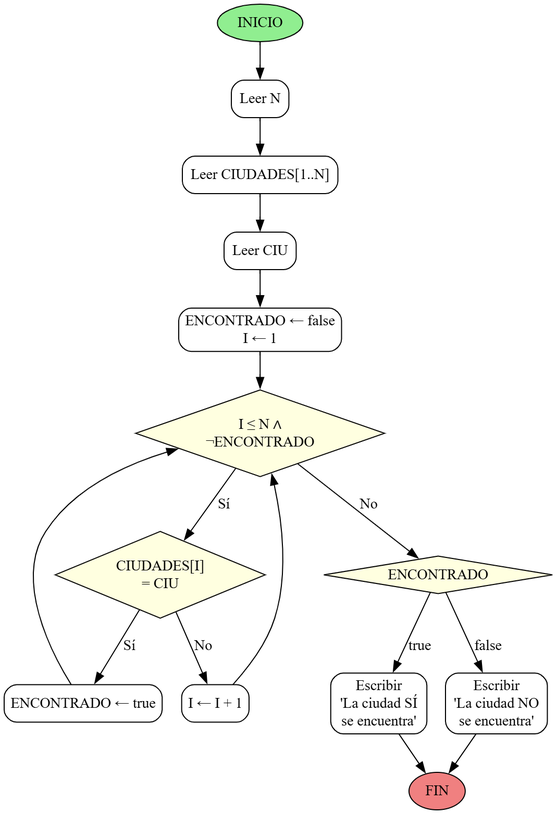
Earlier version of the Graphviz export images/problema_ps_4_11.png (D1egoXD/JAVA-TICS). Its source is kept beside it as diagramas/problema_ps_4_11.dot.
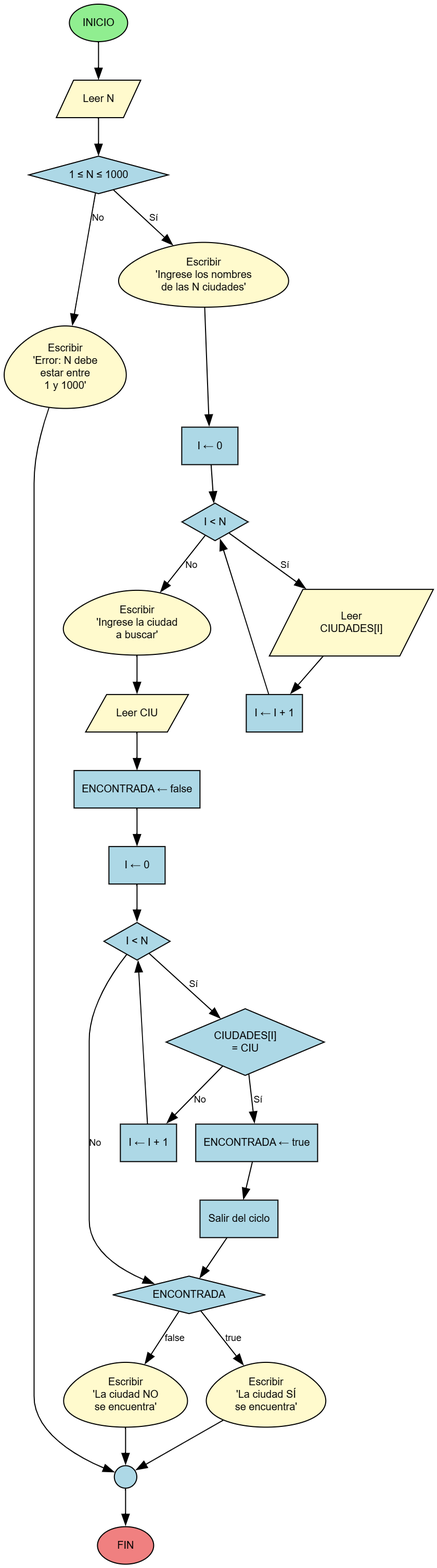
The same file after the commit.

Commit message:
Actualizar PS 4.11 - Búsqueda de ciudades con mensajes

The edit, as a diff of the source:
```diff
@@ -1,47 +1,69 @@
-digraph problema_ps_4_11 {
+digraph BusquedaCiudades {
     rankdir=TB;
-    node [shape=box, style=rounded];
+    node [shape=box, style=filled, fontname="Arial", fontsize=10];
+    edge [fontname="Arial", fontsize=9];
 
-    inicio [label="INICIO", shape=ellipse, style=filled, fillcolor=lightgreen];
-    leer_n [label="Leer N"];
+    inicio [label="INICIO", shape=oval, fillcolor="#90EE90", color=black, fontcolor=black];
+    leerN [label="Leer N", shape=parallelogram, fillcolor="#FFFACD", color=black, fontcolor=black];
 
-    leer_ciudades [label="Leer CIUDADES[1..N]"];
-    leer_ciu [label="Leer CIU"];
+    validarN [label="1 ≤ N ≤ 1000", shape=diamond, fillcolor="#ADD8E6", color=black, fontcolor=black];
+    mensajeError [label="Escribir\n'Error: N debe\nestar entre\n1 y 1000'", shape=egg, fillcolor="#FFFACD", color=black, fontcolor=black];
 
-    iniciar_vars [label="ENCONTRADO ← false\nI ← 1"];
+    escribirMensaje1 [label="Escribir\n'Ingrese los nombres\nde las N ciudades'", shape=parallelogram, fillcolor="#FFFACD", color=black, fontcolor=black];
+    initI1 [label="I ← 0", shape=box, fillcolor="#ADD8E6", color=black, fontcolor=black];
+    decisionI1 [label="I < N", shape=diamond, fillcolor="#ADD8E6", color=black, fontcolor=black];
+    leerCiudad [label="Leer\nCIUDADES[I]", shape=parallelogram, fillcolor="#FFFACD", color=black, fontcolor=black];
+    incrementI1 [label="I ← I + 1", shape=box, fillcolor="#ADD8E6", color=black, fontcolor=black];
 
-    cond_while [label="I ≤ N ∧\n¬ENCONTRADO", shape=diamond, style=filled, fillcolor=lightyellow];
+    escribirMensaje2 [label="Escribir\n'Ingrese la ciudad\na buscar'", shape=parallelogram, fillcolor="#FFFACD", color=black, fontcolor=black];
+    leerCIU [label="Leer CIU", shape=parallelogram, fillcolor="#FFFACD", color=black, fontcolor=black];
 
-    comparar [label="CIUDADES[I]\n= CIU", shape=diamond, style=filled, fillcolor=lightyellow];
+    initBusqueda [label="ENCONTRADA ← false", shape=box, fillcolor="#ADD8E6", color=black, fontcolor=black];
+    initI2 [label="I ← 0", shape=box, fillcolor="#ADD8E6", color=black, fontcolor=black];
+    decisionI2 [label="I < N", shape=diamond, fillcolor="#ADD8E6", color=black, fontcolor=black];
+    comparar [label="CIUDADES[I]\n= CIU", shape=diamond, fillcolor="#ADD8E6", color=black, fontcolor=black];
+    setEncontrada [label="ENCONTRADA ← true", shape=box, fillcolor="#ADD8E6", color=black, fontcolor=black];
+    salirBusqueda [label="Salir del ciclo", shape=box, fillcolor="#ADD8E6", color=black, fontcolor=black];
+    incrementI2 [label="I ← I + 1", shape=box, fillcolor="#ADD8E6", color=black, fontcolor=black];
 
-    encontrado_true [label="ENCONTRADO ← true"];
-    incrementar [label="I ← I + 1"];
+    decisionResultado [label="ENCONTRADA", shape=diamond, fillcolor="#ADD8E6", color=black, fontcolor=black];
+    mensajeSi [label="Escribir\n'La ciudad SÍ\nse encuentra'", shape=egg, fillcolor="#FFFACD", color=black, fontcolor=black];
+    mensajeNo [label="Escribir\n'La ciudad NO\nse encuentra'", shape=egg, fillcolor="#FFFACD", color=black, fontcolor=black];
 
-    cond_resultado [label="ENCONTRADO", shape=diamond, style=filled, fillcolor=lightyellow];
+    conector [label="", shape=circle, width=0.3, height=0.3, fillcolor="#ADD8E6", color=black];
+    fin [label="FIN", shape=oval, fillcolor="#F08080", color=black, fontcolor=black];
 
-    msg_si [label="Escribir\n'La ciudad SÍ\nse encuentra'"];
-    msg_no [label="Escribir\n'La ciudad NO\nse encuentra'"];
+    inicio -> leerN;
+    leerN -> validarN;
 
-    fin [label="FIN", shape=ellipse, style=filled, fillcolor=lightcoral];
+    validarN -> escribirMensaje1 [label="Sí"];
+    validarN -> mensajeError [label="No"];
 
-    inicio -> leer_n;
-    leer_n -> leer_ciudades;
-    leer_ciudades -> leer_ciu;
-    leer_ciu -> iniciar_vars;
-    iniciar_vars -> cond_while;
+    escribirMensaje1 -> initI1;
+    initI1 -> decisionI1;
+    decisionI1 -> leerCiudad [label="Sí"];
+    decisionI1 -> escribirMensaje2 [label="No"];
+    leerCiudad -> incrementI1;
+    incrementI1 -> decisionI1;
 
-    cond_while -> comparar [label="Sí"];
-    cond_while -> cond_resultado [label="No"];
+    escribirMensaje2 -> leerCIU;
+    leerCIU -> initBusqueda;
+    initBusqueda -> initI2;
+    initI2 -> decisionI2;
+    decisionI2 -> comparar [label="Sí"];
+    decisionI2 -> decisionResultado [label="No"];
 
-    comparar -> encontrado_true [label="Sí"];
-    comparar -> incrementar [label="No"];
+    comparar -> setEncontrada [label="Sí"];
+    comparar -> incrementI2 [label="No"];
+    setEncontrada -> salirBusqueda;
+    salirBusqueda -> decisionResultado;
+    incrementI2 -> decisionI2;
 
-    encontrado_true -> cond_while;
-    incrementar -> cond_while;
+    decisionResultado -> mensajeSi [label="true"];
+    decisionResultado -> mensajeNo [label="false"];
 
-    cond_resultado -> msg_si [label="true"];
-    cond_resultado -> msg_no [label="false"];
-
-    msg_si -> fin;
-    msg_no -> fin;
+    mensajeSi -> conector;
+    mensajeNo -> conector;
+    mensajeError -> conector;
+    conector -> fin;
 }
```
